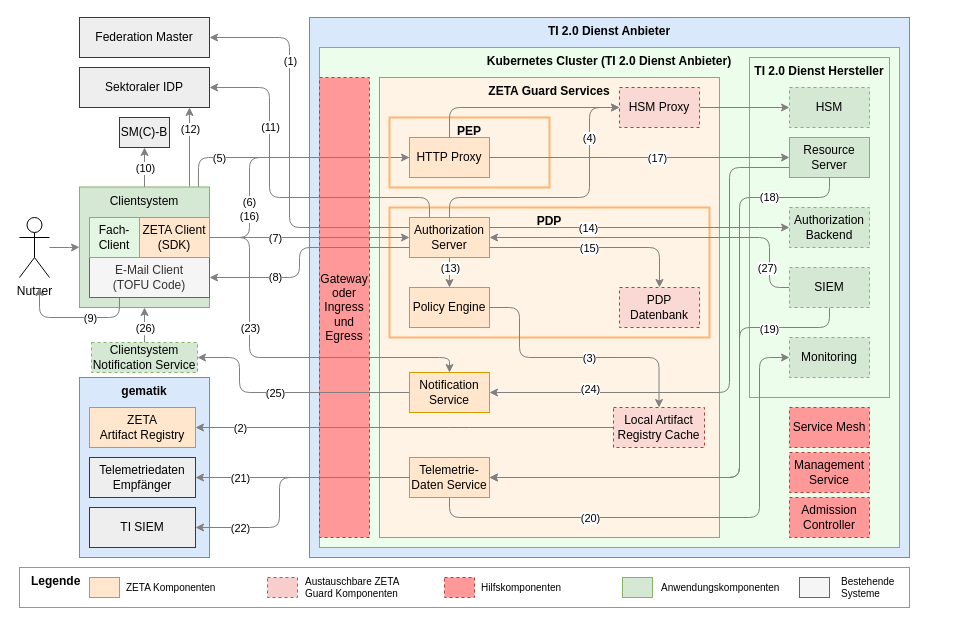
Before: src/drawio/Abb-ZETA-Architektur.drawio in gematik/zeta, a draw.io diagram. Source tidied: cells renumbered, new cells numbered last; positions are measured from the earlier drawing's top-left corner, leaving out a move shared by most shapes. Both pictures are drawn from the tidied source at 100%, with x=0, y=0 at pixel (19, 17).
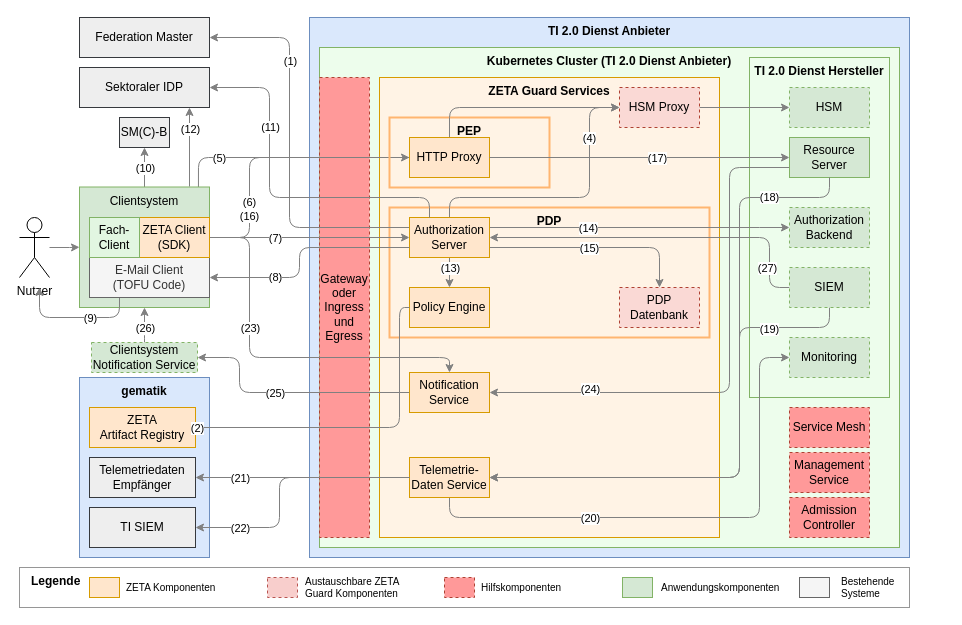
After the change.

Commit message:
Update ZETA Architektur - delete local artifact registry

Unchanged cells that the change refers to:
```xml
<mxCell id="8" value="Policy Engine" style="rounded=0;whiteSpace=wrap;html=1;fillColor=#ffe6cc;strokeColor=#d79b00;" parent="1" vertex="1">
  <mxGeometry x="390" y="270" width="80" height="40" as="geometry" />
</mxCell>
<mxCell id="56" value="&lt;div&gt;ZETA&lt;/div&gt;Artifact Registry" style="rounded=0;whiteSpace=wrap;html=1;fillColor=#ffe6cc;strokeColor=#d79b00;" parent="1" vertex="1">
  <mxGeometry x="70" y="390" width="106" height="40" as="geometry" />
</mxCell>
```

The edit, as a diff of the source:
```diff
@@
-    <mxCell id="21" style="edgeStyle=orthogonalEdgeStyle;rounded=1;jettySize=auto;html=1;entryX=0.5;entryY=0;entryDx=0;entryDy=0;exitX=1;exitY=0.5;exitDx=0;exitDy=0;curved=0;strokeColor=#808080;" parent="1" edge="1" source="8" target="102">
-      <mxGeometry relative="1" as="geometry">
-        <Array as="points">
-          <mxPoint x="500" y="290" />
-          <mxPoint x="500" y="340" />
-          <mxPoint x="640" y="340" />
-          <mxPoint x="640" y="390" />
-        </Array>
-      </mxGeometry>
-    </mxCell>
-    <mxCell id="22" value="(3)" style="edgeLabel;html=1;align=center;verticalAlign=middle;" parent="21" vertex="1">
-      <mxGeometry x="0.45" y="-1" relative="1" as="geometry">
-        <mxPoint x="-46" y="-1" as="offset" />
-      </mxGeometry>
-    </mxCell>
@@
-    <mxCell id="93" style="edgeStyle=orthogonalEdgeStyle;html=1;entryX=1;entryY=0.5;entryDx=0;entryDy=0;strokeColor=#808080;" parent="1" edge="1" source="102" target="56">
+    <mxCell id="93" style="edgeStyle=orthogonalEdgeStyle;html=1;entryX=1;entryY=0.5;entryDx=0;entryDy=0;strokeColor=#808080;exitX=0;exitY=0.5;exitDx=0;exitDy=0;" parent="1" edge="1" source="8" target="56">
       <mxGeometry relative="1" as="geometry">
         <Array as="points">
-          <mxPoint x="440" y="410" />
-          <mxPoint x="440" y="410" />
+          <mxPoint x="380" y="290" />
+          <mxPoint x="380" y="410" />
         </Array>
       </mxGeometry>
     </mxCell>
@@
-    <mxCell id="102" value="Local Artifact Registry Cache" style="rounded=0;whiteSpace=wrap;html=1;dashed=1;fillColor=#fad9d5;strokeColor=#ae4132;" parent="1" vertex="1">
-      <mxGeometry x="594" y="390" width="91" height="40" as="geometry" />
-    </mxCell>
```
